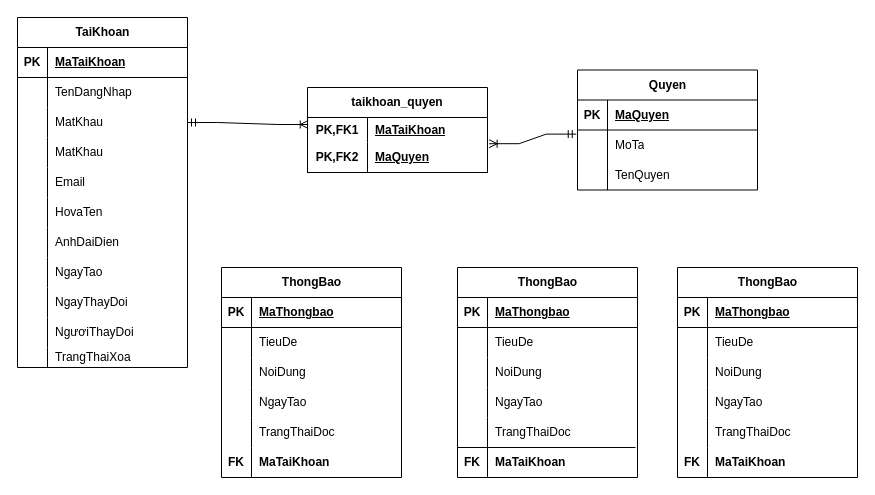
trantrung28122003/database keeps this draw.io diagram as eLearningDatabse.drawio. Above is the earlier version. Source tidied: cells renumbered, new cells numbered last; positions are measured from the earlier drawing's top-left corner, leaving out a move shared by most shapes. Both pictures are drawn from the tidied source at 100%, with x=0, y=0 at pixel (17, 17).
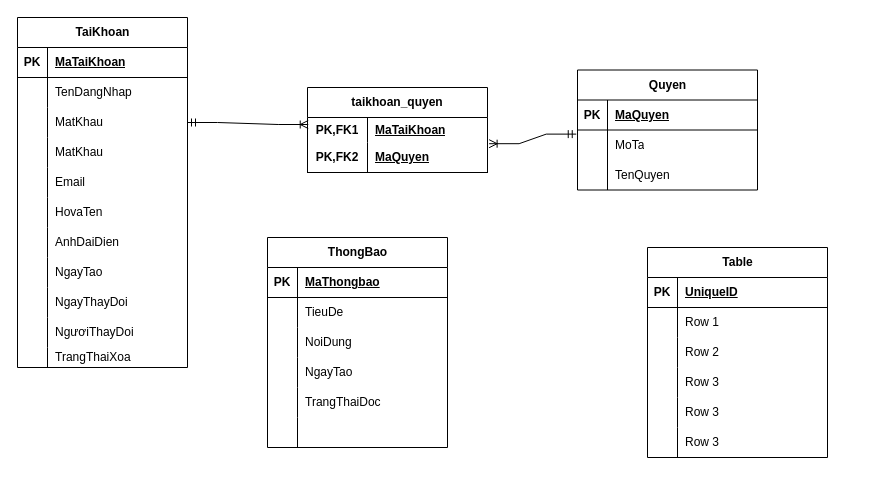
After the change.

Commit message (it also covers changes not shown here):
Cập nhật eLearningDatabse.drawio

Unchanged cells that the change refers to:
```xml
<mxCell id="69" style="shape=tableRow;horizontal=0;startSize=0;swimlaneHead=0;swimlaneBody=0;fillColor=none;top=0;left=0;right=0;bottom=0;" parent="53" vertex="1">
  <mxGeometry y="180" width="180" height="30" as="geometry" />
</mxCell>
```

Diff of the diagram source:
```diff
@@
     <mxCell id="53" value="ThongBao" style="shape=table;startSize=30;childLayout=tableLayout;rowLines=0;fontStyle=1;align=center;html=1;" parent="1" vertex="1">
-      <mxGeometry x="440" y="250" width="180" height="210" as="geometry" />
+      <mxGeometry x="250" y="220" width="180" height="210" as="geometry" />
     </mxCell>
@@
-    <mxCell id="70" value="&lt;b&gt;FK&lt;/b&gt;" style="shape=partialRectangle;fillColor=none;top=0;left=0;bottom=0;right=0;overflow=hidden;whiteSpace=wrap;html=1;" parent="69" vertex="1">
+    <mxCell id="70" style="shape=partialRectangle;fillColor=none;top=0;left=0;bottom=0;right=0;overflow=hidden;whiteSpace=wrap;html=1;" parent="69" vertex="1">
       <mxGeometry width="30" height="30" as="geometry" />
     </mxCell>
-    <mxCell id="71" value="MaTaiKhoan" style="shape=partialRectangle;fillColor=none;top=0;left=0;bottom=0;right=0;align=left;spacingLeft=6;overflow=hidden;whiteSpace=wrap;html=1;fontStyle=1;" parent="69" vertex="1">
+    <mxCell id="71" style="shape=partialRectangle;fillColor=none;top=0;left=0;bottom=0;right=0;align=left;spacingLeft=6;overflow=hidden;whiteSpace=wrap;html=1;fontStyle=1;" parent="69" vertex="1">
       <mxGeometry x="30" width="150" height="30" as="geometry" />
     </mxCell>
@@
-    <mxCell id="74" style="endArrow=none;html=1;rounded=0;" parent="1" edge="1">
-      <mxGeometry relative="1" as="geometry">
-        <mxPoint x="440" y="430" as="sourcePoint" />
-        <mxPoint x="618" y="430" as="targetPoint" />
-      </mxGeometry>
-    </mxCell>
-    <mxCell id="75" value="ThongBao" style="shape=table;startSize=30;childLayout=tableLayout;rowLines=0;fontStyle=1;align=center;html=1;" parent="1" vertex="1">
-      <mxGeometry x="660" y="250" width="180" height="210" as="geometry" />
-    </mxCell>
-    <mxCell id="76" style="shape=tableRow;horizontal=0;startSize=0;swimlaneHead=0;swimlaneBody=0;fillColor=none;top=0;left=0;right=0;bottom=1;" parent="75" vertex="1">
-      <mxGeometry y="30" width="180" height="30" as="geometry" />
-    </mxCell>
-    <mxCell id="77" value="PK" style="shape=partialRectangle;fillColor=none;top=0;left=0;bottom=0;right=0;fontStyle=1;overflow=hidden;whiteSpace=wrap;html=1;" parent="76" vertex="1">
-      <mxGeometry width="30" height="30" as="geometry" />
-    </mxCell>
-    <mxCell id="78" value="MaThongbao" style="shape=partialRectangle;fillColor=none;top=0;left=0;bottom=0;right=0;align=left;spacingLeft=6;fontStyle=5;overflow=hidden;whiteSpace=wrap;html=1;" parent="76" vertex="1">
-      <mxGeometry x="30" width="150" height="30" as="geometry" />
-    </mxCell>
-    <mxCell id="79" style="shape=tableRow;horizontal=0;startSize=0;swimlaneHead=0;swimlaneBody=0;fillColor=none;top=0;left=0;right=0;bottom=0;" parent="75" vertex="1">
-      <mxGeometry y="60" width="180" height="30" as="geometry" />
-    </mxCell>
-    <mxCell id="80" style="shape=partialRectangle;fillColor=none;top=0;left=0;bottom=0;right=0;overflow=hidden;whiteSpace=wrap;html=1;" parent="79" vertex="1">
-      <mxGeometry width="30" height="30" as="geometry" />
-    </mxCell>
-    <mxCell id="81" value="TieuDe" style="shape=partialRectangle;fillColor=none;top=0;left=0;bottom=0;right=0;align=left;spacingLeft=6;overflow=hidden;whiteSpace=wrap;html=1;" parent="79" vertex="1">
-      <mxGeometry x="30" width="150" height="30" as="geometry" />
-    </mxCell>
-    <mxCell id="82" style="shape=tableRow;horizontal=0;startSize=0;swimlaneHead=0;swimlaneBody=0;fillColor=none;top=0;left=0;right=0;bottom=0;" parent="75" vertex="1">
-      <mxGeometry y="90" width="180" height="30" as="geometry" />
-    </mxCell>
-    <mxCell id="83" style="shape=partialRectangle;fillColor=none;top=0;left=0;bottom=0;right=0;overflow=hidden;whiteSpace=wrap;html=1;" parent="82" vertex="1">
-      <mxGeometry width="30" height="30" as="geometry" />
-    </mxCell>
-    <mxCell id="84" value="NoiDung" style="shape=partialRectangle;fillColor=none;top=0;left=0;bottom=0;right=0;align=left;spacingLeft=6;overflow=hidden;whiteSpace=wrap;html=1;" parent="82" vertex="1">
-      <mxGeometry x="30" width="150" height="30" as="geometry" />
-    </mxCell>
-    <mxCell id="85" style="shape=tableRow;horizontal=0;startSize=0;swimlaneHead=0;swimlaneBody=0;fillColor=none;top=0;left=0;right=0;bottom=0;" parent="75" vertex="1">
-      <mxGeometry y="120" width="180" height="30" as="geometry" />
-    </mxCell>
-    <mxCell id="86" style="shape=partialRectangle;fillColor=none;top=0;left=0;bottom=0;right=0;overflow=hidden;whiteSpace=wrap;html=1;" parent="85" vertex="1">
-      <mxGeometry width="30" height="30" as="geometry" />
-    </mxCell>
-    <mxCell id="87" value="NgayTao" style="shape=partialRectangle;fillColor=none;top=0;left=0;bottom=0;right=0;align=left;spacingLeft=6;overflow=hidden;whiteSpace=wrap;html=1;" parent="85" vertex="1">
-      <mxGeometry x="30" width="150" height="30" as="geometry" />
-    </mxCell>
-    <mxCell id="88" style="shape=tableRow;horizontal=0;startSize=0;swimlaneHead=0;swimlaneBody=0;fillColor=none;top=0;left=0;right=0;bottom=0;" parent="75" vertex="1">
-      <mxGeometry y="150" width="180" height="30" as="geometry" />
-    </mxCell>
-    <mxCell id="89" style="shape=partialRectangle;fillColor=none;top=0;left=0;bottom=0;right=0;overflow=hidden;whiteSpace=wrap;html=1;" parent="88" vertex="1">
-      <mxGeometry width="30" height="30" as="geometry" />
-    </mxCell>
-    <mxCell id="90" value="TrangThaiDoc" style="shape=partialRectangle;fillColor=none;top=0;left=0;bottom=0;right=0;align=left;spacingLeft=6;overflow=hidden;whiteSpace=wrap;html=1;" parent="88" vertex="1">
-      <mxGeometry x="30" width="150" height="30" as="geometry" />
-    </mxCell>
-    <mxCell id="91" style="shape=tableRow;horizontal=0;startSize=0;swimlaneHead=0;swimlaneBody=0;fillColor=none;top=0;left=0;right=0;bottom=0;" parent="75" vertex="1">
-      <mxGeometry y="180" width="180" height="30" as="geometry" />
-    </mxCell>
-    <mxCell id="92" value="&lt;b&gt;FK&lt;/b&gt;" style="shape=partialRectangle;fillColor=none;top=0;left=0;bottom=0;right=0;overflow=hidden;whiteSpace=wrap;html=1;" parent="91" vertex="1">
-      <mxGeometry width="30" height="30" as="geometry" />
-    </mxCell>
-    <mxCell id="93" value="MaTaiKhoan" style="shape=partialRectangle;fillColor=none;top=0;left=0;bottom=0;right=0;align=left;spacingLeft=6;overflow=hidden;whiteSpace=wrap;html=1;fontStyle=1;" parent="91" vertex="1">
-      <mxGeometry x="30" width="150" height="30" as="geometry" />
-    </mxCell>
-    <mxCell id="94" value="ThongBao" style="shape=table;startSize=30;childLayout=tableLayout;rowLines=0;fontStyle=1;align=center;html=1;" parent="1" vertex="1">
-      <mxGeometry x="204" y="250" width="180" height="210" as="geometry" />
-    </mxCell>
-    <mxCell id="95" style="shape=tableRow;horizontal=0;startSize=0;swimlaneHead=0;swimlaneBody=0;fillColor=none;top=0;left=0;right=0;bottom=1;" parent="94" vertex="1">
-      <mxGeometry y="30" width="180" height="30" as="geometry" />
-    </mxCell>
-    <mxCell id="96" value="PK" style="shape=partialRectangle;fillColor=none;top=0;left=0;bottom=0;right=0;fontStyle=1;overflow=hidden;whiteSpace=wrap;html=1;" parent="95" vertex="1">
-      <mxGeometry width="30" height="30" as="geometry" />
-    </mxCell>
-    <mxCell id="97" value="MaThongbao" style="shape=partialRectangle;fillColor=none;top=0;left=0;bottom=0;right=0;align=left;spacingLeft=6;fontStyle=5;overflow=hidden;whiteSpace=wrap;html=1;" parent="95" vertex="1">
-      <mxGeometry x="30" width="150" height="30" as="geometry" />
-    </mxCell>
-    <mxCell id="98" style="shape=tableRow;horizontal=0;startSize=0;swimlaneHead=0;swimlaneBody=0;fillColor=none;top=0;left=0;right=0;bottom=0;" parent="94" vertex="1">
-      <mxGeometry y="60" width="180" height="30" as="geometry" />
-    </mxCell>
-    <mxCell id="99" style="shape=partialRectangle;fillColor=none;top=0;left=0;bottom=0;right=0;overflow=hidden;whiteSpace=wrap;html=1;" parent="98" vertex="1">
-      <mxGeometry width="30" height="30" as="geometry" />
-    </mxCell>
-    <mxCell id="100" value="TieuDe" style="shape=partialRectangle;fillColor=none;top=0;left=0;bottom=0;right=0;align=left;spacingLeft=6;overflow=hidden;whiteSpace=wrap;html=1;" parent="98" vertex="1">
-      <mxGeometry x="30" width="150" height="30" as="geometry" />
-    </mxCell>
-    <mxCell id="101" style="shape=tableRow;horizontal=0;startSize=0;swimlaneHead=0;swimlaneBody=0;fillColor=none;top=0;left=0;right=0;bottom=0;" parent="94" vertex="1">
-      <mxGeometry y="90" width="180" height="30" as="geometry" />
-    </mxCell>
-    <mxCell id="102" style="shape=partialRectangle;fillColor=none;top=0;left=0;bottom=0;right=0;overflow=hidden;whiteSpace=wrap;html=1;" parent="101" vertex="1">
-      <mxGeometry width="30" height="30" as="geometry" />
-    </mxCell>
-    <mxCell id="103" value="NoiDung" style="shape=partialRectangle;fillColor=none;top=0;left=0;bottom=0;right=0;align=left;spacingLeft=6;overflow=hidden;whiteSpace=wrap;html=1;" parent="101" vertex="1">
-      <mxGeometry x="30" width="150" height="30" as="geometry" />
-    </mxCell>
-    <mxCell id="104" style="shape=tableRow;horizontal=0;startSize=0;swimlaneHead=0;swimlaneBody=0;fillColor=none;top=0;left=0;right=0;bottom=0;" parent="94" vertex="1">
-      <mxGeometry y="120" width="180" height="30" as="geometry" />
-    </mxCell>
-    <mxCell id="105" style="shape=partialRectangle;fillColor=none;top=0;left=0;bottom=0;right=0;overflow=hidden;whiteSpace=wrap;html=1;" parent="104" vertex="1">
-      <mxGeometry width="30" height="30" as="geometry" />
-    </mxCell>
-    <mxCell id="106" value="NgayTao" style="shape=partialRectangle;fillColor=none;top=0;left=0;bottom=0;right=0;align=left;spacingLeft=6;overflow=hidden;whiteSpace=wrap;html=1;" parent="104" vertex="1">
-      <mxGeometry x="30" width="150" height="30" as="geometry" />
-    </mxCell>
-    <mxCell id="107" style="shape=tableRow;horizontal=0;startSize=0;swimlaneHead=0;swimlaneBody=0;fillColor=none;top=0;left=0;right=0;bottom=0;" parent="94" vertex="1">
-      <mxGeometry y="150" width="180" height="30" as="geometry" />
-    </mxCell>
-    <mxCell id="108" style="shape=partialRectangle;fillColor=none;top=0;left=0;bottom=0;right=0;overflow=hidden;whiteSpace=wrap;html=1;" parent="107" vertex="1">
-      <mxGeometry width="30" height="30" as="geometry" />
-    </mxCell>
-    <mxCell id="109" value="TrangThaiDoc" style="shape=partialRectangle;fillColor=none;top=0;left=0;bottom=0;right=0;align=left;spacingLeft=6;overflow=hidden;whiteSpace=wrap;html=1;" parent="107" vertex="1">
-      <mxGeometry x="30" width="150" height="30" as="geometry" />
-    </mxCell>
-    <mxCell id="110" style="shape=tableRow;horizontal=0;startSize=0;swimlaneHead=0;swimlaneBody=0;fillColor=none;top=0;left=0;right=0;bottom=0;" parent="94" vertex="1">
-      <mxGeometry y="180" width="180" height="30" as="geometry" />
-    </mxCell>
-    <mxCell id="111" value="&lt;b&gt;FK&lt;/b&gt;" style="shape=partialRectangle;fillColor=none;top=0;left=0;bottom=0;right=0;overflow=hidden;whiteSpace=wrap;html=1;" parent="110" vertex="1">
-      <mxGeometry width="30" height="30" as="geometry" />
-    </mxCell>
-    <mxCell id="112" value="MaTaiKhoan" style="shape=partialRectangle;fillColor=none;top=0;left=0;bottom=0;right=0;align=left;spacingLeft=6;overflow=hidden;whiteSpace=wrap;html=1;fontStyle=1;" parent="110" vertex="1">
-      <mxGeometry x="30" width="150" height="30" as="geometry" />
-    </mxCell>
+    <mxCell id="113" value="Table" style="shape=table;startSize=30;childLayout=tableLayout;rowLines=0;fontStyle=1;align=center;html=1;" parent="1" vertex="1">
+      <mxGeometry x="630" y="230" width="180" height="210" as="geometry" />
+    </mxCell>
+    <mxCell id="114" style="shape=tableRow;horizontal=0;startSize=0;swimlaneHead=0;swimlaneBody=0;fillColor=none;top=0;left=0;right=0;bottom=1;" parent="113" vertex="1">
+      <mxGeometry y="30" width="180" height="30" as="geometry" />
+    </mxCell>
+    <mxCell id="115" value="PK" style="shape=partialRectangle;fillColor=none;top=0;left=0;bottom=0;right=0;fontStyle=1;overflow=hidden;whiteSpace=wrap;html=1;" parent="114" vertex="1">
+      <mxGeometry width="30" height="30" as="geometry" />
+    </mxCell>
+    <mxCell id="116" value="UniqueID" style="shape=partialRectangle;fillColor=none;top=0;left=0;bottom=0;right=0;align=left;spacingLeft=6;fontStyle=5;overflow=hidden;whiteSpace=wrap;html=1;" parent="114" vertex="1">
+      <mxGeometry x="30" width="150" height="30" as="geometry" />
+    </mxCell>
+    <mxCell id="117" style="shape=tableRow;horizontal=0;startSize=0;swimlaneHead=0;swimlaneBody=0;fillColor=none;top=0;left=0;right=0;bottom=0;" parent="113" vertex="1">
+      <mxGeometry y="60" width="180" height="30" as="geometry" />
+    </mxCell>
+    <mxCell id="118" style="shape=partialRectangle;fillColor=none;top=0;left=0;bottom=0;right=0;overflow=hidden;whiteSpace=wrap;html=1;" parent="117" vertex="1">
+      <mxGeometry width="30" height="30" as="geometry" />
+    </mxCell>
+    <mxCell id="119" value="Row 1" style="shape=partialRectangle;fillColor=none;top=0;left=0;bottom=0;right=0;align=left;spacingLeft=6;overflow=hidden;whiteSpace=wrap;html=1;" parent="117" vertex="1">
+      <mxGeometry x="30" width="150" height="30" as="geometry" />
+    </mxCell>
+    <mxCell id="120" style="shape=tableRow;horizontal=0;startSize=0;swimlaneHead=0;swimlaneBody=0;fillColor=none;top=0;left=0;right=0;bottom=0;" parent="113" vertex="1">
+      <mxGeometry y="90" width="180" height="30" as="geometry" />
+    </mxCell>
+    <mxCell id="121" style="shape=partialRectangle;fillColor=none;top=0;left=0;bottom=0;right=0;overflow=hidden;whiteSpace=wrap;html=1;" parent="120" vertex="1">
+      <mxGeometry width="30" height="30" as="geometry" />
+    </mxCell>
+    <mxCell id="122" value="Row 2" style="shape=partialRectangle;fillColor=none;top=0;left=0;bottom=0;right=0;align=left;spacingLeft=6;overflow=hidden;whiteSpace=wrap;html=1;" parent="120" vertex="1">
+      <mxGeometry x="30" width="150" height="30" as="geometry" />
+    </mxCell>
+    <mxCell id="123" style="shape=tableRow;horizontal=0;startSize=0;swimlaneHead=0;swimlaneBody=0;fillColor=none;top=0;left=0;right=0;bottom=0;" parent="113" vertex="1">
+      <mxGeometry y="120" width="180" height="30" as="geometry" />
+    </mxCell>
+    <mxCell id="124" style="shape=partialRectangle;fillColor=none;top=0;left=0;bottom=0;right=0;overflow=hidden;whiteSpace=wrap;html=1;" parent="123" vertex="1">
+      <mxGeometry width="30" height="30" as="geometry" />
+    </mxCell>
+    <mxCell id="125" value="Row 3" style="shape=partialRectangle;fillColor=none;top=0;left=0;bottom=0;right=0;align=left;spacingLeft=6;overflow=hidden;whiteSpace=wrap;html=1;" parent="123" vertex="1">
+      <mxGeometry x="30" width="150" height="30" as="geometry" />
+    </mxCell>
+    <mxCell id="126" style="shape=tableRow;horizontal=0;startSize=0;swimlaneHead=0;swimlaneBody=0;fillColor=none;top=0;left=0;right=0;bottom=0;" parent="113" vertex="1">
+      <mxGeometry y="150" width="180" height="30" as="geometry" />
+    </mxCell>
+    <mxCell id="127" style="shape=partialRectangle;fillColor=none;top=0;left=0;bottom=0;right=0;overflow=hidden;whiteSpace=wrap;html=1;" parent="126" vertex="1">
+      <mxGeometry width="30" height="30" as="geometry" />
+    </mxCell>
+    <mxCell id="128" value="Row 3" style="shape=partialRectangle;fillColor=none;top=0;left=0;bottom=0;right=0;align=left;spacingLeft=6;overflow=hidden;whiteSpace=wrap;html=1;" parent="126" vertex="1">
+      <mxGeometry x="30" width="150" height="30" as="geometry" />
+    </mxCell>
+    <mxCell id="129" style="shape=tableRow;horizontal=0;startSize=0;swimlaneHead=0;swimlaneBody=0;fillColor=none;top=0;left=0;right=0;bottom=0;" parent="113" vertex="1">
+      <mxGeometry y="180" width="180" height="30" as="geometry" />
+    </mxCell>
+    <mxCell id="130" style="shape=partialRectangle;fillColor=none;top=0;left=0;bottom=0;right=0;overflow=hidden;whiteSpace=wrap;html=1;" parent="129" vertex="1">
+      <mxGeometry width="30" height="30" as="geometry" />
+    </mxCell>
+    <mxCell id="131" value="Row 3" style="shape=partialRectangle;fillColor=none;top=0;left=0;bottom=0;right=0;align=left;spacingLeft=6;overflow=hidden;whiteSpace=wrap;html=1;" parent="129" vertex="1">
+      <mxGeometry x="30" width="150" height="30" as="geometry" />
+    </mxCell>
```
